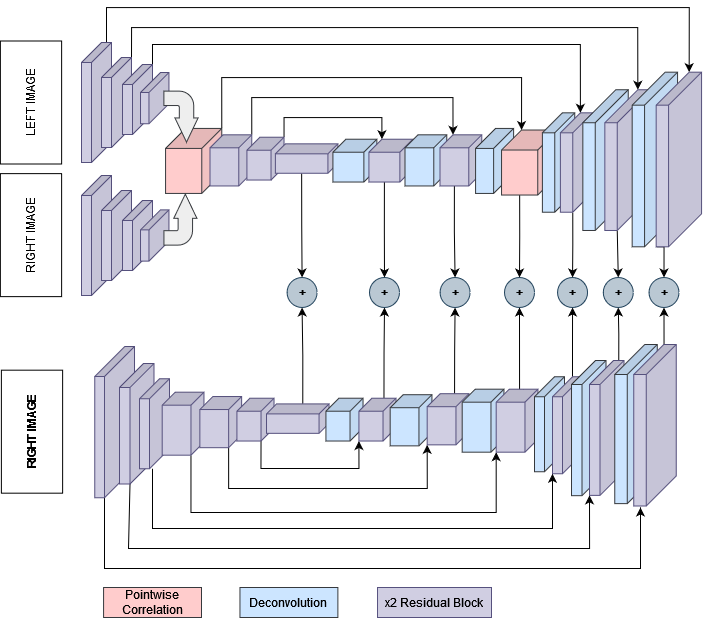
Before: test.png, a diagram exported from draw.io (APVGITHUB/stereo-fpga). Source tidied: cells renumbered, new cells last; positions are measured from the earlier drawing's top-left corner, leaving out a move shared by most shapes.
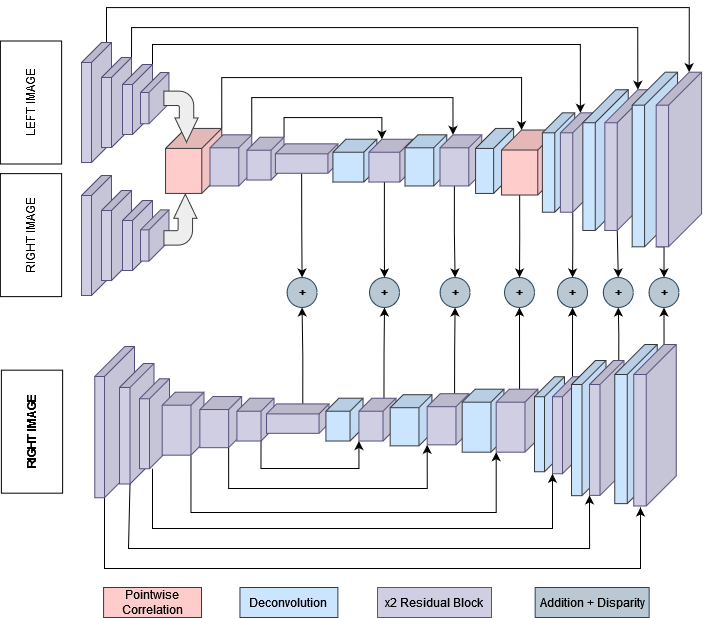
After the change.

Change to the diagram source:
```diff
@@ -319,5 +319,8 @@
     <mxCell id="85" value="x2 Residual Block" style="rounded=0;whiteSpace=wrap;html=1;strokeColor=#56517e;fillColor=#d0cee2;" parent="1" vertex="1">
       <mxGeometry x="408" y="580" width="114" height="30" as="geometry" />
     </mxCell>
+    <mxCell id="86" value="Addition + Disparity" style="rounded=0;whiteSpace=wrap;html=1;strokeColor=#23445d;fillColor=#bac8d3;" parent="1" vertex="1">
+      <mxGeometry x="565.7" y="580" width="114" height="30" as="geometry" />
+    </mxCell>
   </root>
 </mxGraphModel>
```
